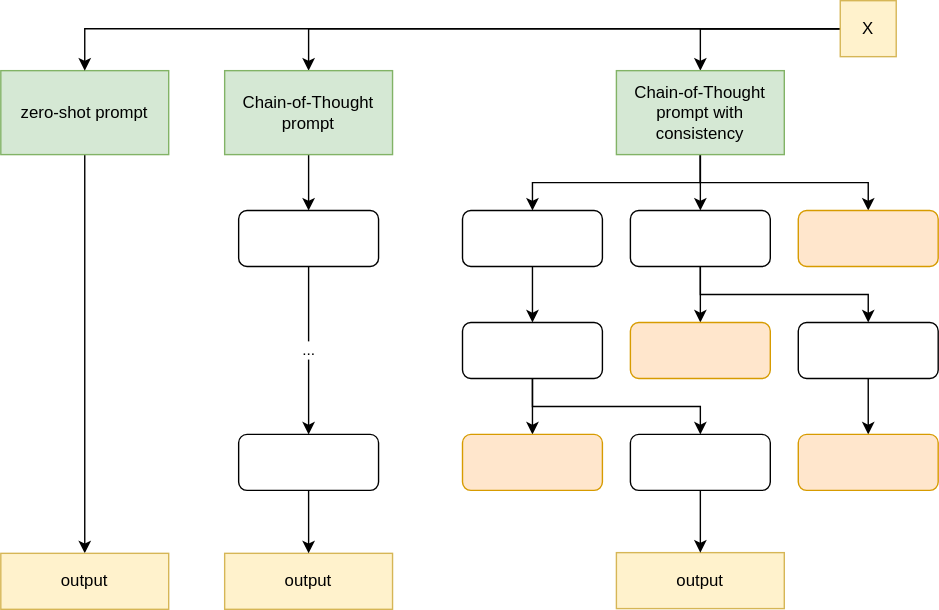
Before: graphics/tree_of_thought.svg, a diagram exported from draw.io (DanielDango/LiSSA-RATLR). Source tidied: cells renumbered, new cells last; positions are measured from the earlier drawing's top-left corner, leaving out a move shared by most shapes. Source of this version:
```xml
<mxGraphModel>
  <root>
    <mxCell id="0" />
    <mxCell id="1" parent="0" />
    <mxCell id="2" style="edgeStyle=orthogonalEdgeStyle;rounded=0;jettySize=auto;html=1;exitX=0.5;exitY=1;exitDx=0;exitDy=0;entryX=0.5;entryY=0;entryDx=0;entryDy=0;" parent="1" edge="1" source="3" target="14">
      <mxGeometry relative="1" as="geometry" />
    </mxCell>
    <mxCell id="3" value="zero-shot prompt" style="rounded=0;whiteSpace=wrap;html=1;fillColor=#d5e8d4;strokeColor=#82b366;" parent="1" vertex="1">
      <mxGeometry y="50" width="120" height="60" as="geometry" />
    </mxCell>
    <mxCell id="4" style="edgeStyle=orthogonalEdgeStyle;rounded=0;jettySize=auto;html=1;entryX=0.5;entryY=0;entryDx=0;entryDy=0;" parent="1" edge="1" source="7" target="3">
      <mxGeometry relative="1" as="geometry" />
    </mxCell>
    <mxCell id="5" style="edgeStyle=orthogonalEdgeStyle;rounded=0;jettySize=auto;html=1;" parent="1" edge="1" source="7" target="9">
      <mxGeometry relative="1" as="geometry" />
    </mxCell>
    <mxCell id="6" style="edgeStyle=orthogonalEdgeStyle;rounded=0;jettySize=auto;html=1;" parent="1" edge="1" source="7" target="13">
      <mxGeometry relative="1" as="geometry" />
    </mxCell>
    <mxCell id="7" value="X" style="rounded=0;whiteSpace=wrap;html=1;fillColor=#fff2cc;strokeColor=#d6b656;" parent="1" vertex="1">
      <mxGeometry x="600" width="40" height="40" as="geometry" />
    </mxCell>
    <mxCell id="8" style="edgeStyle=orthogonalEdgeStyle;rounded=0;jettySize=auto;html=1;" parent="1" edge="1" source="9" target="17">
      <mxGeometry relative="1" as="geometry" />
    </mxCell>
    <mxCell id="9" value="Chain-of-Thought prompt" style="rounded=0;whiteSpace=wrap;html=1;fillColor=#d5e8d4;strokeColor=#82b366;" parent="1" vertex="1">
      <mxGeometry x="160" y="50" width="120" height="60" as="geometry" />
    </mxCell>
    <mxCell id="10" style="edgeStyle=orthogonalEdgeStyle;rounded=0;jettySize=auto;html=1;" parent="1" edge="1" source="13" target="28">
      <mxGeometry relative="1" as="geometry" />
    </mxCell>
    <mxCell id="11" style="edgeStyle=orthogonalEdgeStyle;rounded=0;jettySize=auto;html=1;exitX=0.5;exitY=1;exitDx=0;exitDy=0;entryX=0.5;entryY=0;entryDx=0;entryDy=0;" parent="1" edge="1" source="13" target="22">
      <mxGeometry relative="1" as="geometry" />
    </mxCell>
    <mxCell id="12" style="edgeStyle=orthogonalEdgeStyle;rounded=0;jettySize=auto;html=1;exitX=0.5;exitY=1;exitDx=0;exitDy=0;entryX=0.5;entryY=0;entryDx=0;entryDy=0;" parent="1" edge="1" source="13" target="30">
      <mxGeometry relative="1" as="geometry" />
    </mxCell>
    <mxCell id="13" value="Chain-of-Thought prompt with consistency" style="rounded=0;whiteSpace=wrap;html=1;fillColor=#d5e8d4;strokeColor=#82b366;" parent="1" vertex="1">
      <mxGeometry x="440" y="50" width="120" height="60" as="geometry" />
    </mxCell>
    <mxCell id="14" value="output" style="rounded=0;whiteSpace=wrap;html=1;fillColor=#fff2cc;strokeColor=#d6b656;" parent="1" vertex="1">
      <mxGeometry y="395" width="120" height="40" as="geometry" />
    </mxCell>
    <mxCell id="15" value="output" style="rounded=0;whiteSpace=wrap;html=1;fillColor=#fff2cc;strokeColor=#d6b656;" parent="1" vertex="1">
      <mxGeometry x="160" y="395" width="120" height="40" as="geometry" />
    </mxCell>
    <mxCell id="16" value="..." style="edgeStyle=orthogonalEdgeStyle;rounded=0;jettySize=auto;html=1;" parent="1" edge="1" source="17" target="19">
      <mxGeometry relative="1" as="geometry" />
    </mxCell>
    <mxCell id="17" style="rounded=1;whiteSpace=wrap;html=1;" parent="1" vertex="1">
      <mxGeometry x="170" y="150" width="100" height="40" as="geometry" />
    </mxCell>
    <mxCell id="18" style="edgeStyle=orthogonalEdgeStyle;rounded=0;jettySize=auto;html=1;" parent="1" edge="1" source="19" target="15">
      <mxGeometry relative="1" as="geometry" />
    </mxCell>
    <mxCell id="19" style="rounded=1;whiteSpace=wrap;html=1;" parent="1" vertex="1">
      <mxGeometry x="170" y="310" width="100" height="40" as="geometry" />
    </mxCell>
    <mxCell id="20" value="output" style="rounded=0;whiteSpace=wrap;html=1;fillColor=#fff2cc;strokeColor=#d6b656;" parent="1" vertex="1">
      <mxGeometry x="440" y="394.5" width="120" height="40" as="geometry" />
    </mxCell>
    <mxCell id="21" style="edgeStyle=orthogonalEdgeStyle;rounded=0;jettySize=auto;html=1;" parent="1" edge="1" source="22" target="25">
      <mxGeometry relative="1" as="geometry" />
    </mxCell>
    <mxCell id="22" style="rounded=1;whiteSpace=wrap;html=1;" parent="1" vertex="1">
      <mxGeometry x="330" y="150" width="100" height="40" as="geometry" />
    </mxCell>
    <mxCell id="23" style="edgeStyle=orthogonalEdgeStyle;rounded=0;jettySize=auto;html=1;" parent="1" edge="1" source="25" target="33">
      <mxGeometry relative="1" as="geometry" />
    </mxCell>
    <mxCell id="24" style="edgeStyle=orthogonalEdgeStyle;rounded=0;jettySize=auto;html=1;exitX=0.5;exitY=1;exitDx=0;exitDy=0;entryX=0.5;entryY=0;entryDx=0;entryDy=0;" parent="1" edge="1" source="25" target="35">
      <mxGeometry relative="1" as="geometry" />
    </mxCell>
    <mxCell id="25" style="rounded=1;whiteSpace=wrap;html=1;" parent="1" vertex="1">
      <mxGeometry x="330" y="230" width="100" height="40" as="geometry" />
    </mxCell>
    <mxCell id="26" style="edgeStyle=orthogonalEdgeStyle;rounded=0;jettySize=auto;html=1;" parent="1" edge="1" source="28" target="29">
      <mxGeometry relative="1" as="geometry" />
    </mxCell>
    <mxCell id="27" style="edgeStyle=orthogonalEdgeStyle;rounded=0;jettySize=auto;html=1;exitX=0.5;exitY=1;exitDx=0;exitDy=0;entryX=0.5;entryY=0;entryDx=0;entryDy=0;" parent="1" edge="1" source="28" target="32">
      <mxGeometry relative="1" as="geometry" />
    </mxCell>
    <mxCell id="28" style="rounded=1;whiteSpace=wrap;html=1;" parent="1" vertex="1">
      <mxGeometry x="450" y="150" width="100" height="40" as="geometry" />
    </mxCell>
    <mxCell id="29" style="rounded=1;whiteSpace=wrap;html=1;fillColor=#ffe6cc;strokeColor=#d79b00;" parent="1" vertex="1">
      <mxGeometry x="450" y="230" width="100" height="40" as="geometry" />
    </mxCell>
    <mxCell id="30" style="rounded=1;whiteSpace=wrap;html=1;fillColor=#ffe6cc;strokeColor=#d79b00;" parent="1" vertex="1">
      <mxGeometry x="570" y="150" width="100" height="40" as="geometry" />
    </mxCell>
    <mxCell id="31" style="edgeStyle=orthogonalEdgeStyle;rounded=0;jettySize=auto;html=1;" parent="1" edge="1" source="32" target="36">
      <mxGeometry relative="1" as="geometry" />
    </mxCell>
    <mxCell id="32" style="rounded=1;whiteSpace=wrap;html=1;" parent="1" vertex="1">
      <mxGeometry x="570" y="230" width="100" height="40" as="geometry" />
    </mxCell>
    <mxCell id="33" style="rounded=1;whiteSpace=wrap;html=1;fillColor=#ffe6cc;strokeColor=#d79b00;" parent="1" vertex="1">
      <mxGeometry x="330" y="310" width="100" height="40" as="geometry" />
    </mxCell>
    <mxCell id="34" style="edgeStyle=orthogonalEdgeStyle;rounded=0;jettySize=auto;html=1;" parent="1" edge="1" source="35" target="20">
      <mxGeometry relative="1" as="geometry" />
    </mxCell>
    <mxCell id="35" style="rounded=1;whiteSpace=wrap;html=1;" parent="1" vertex="1">
      <mxGeometry x="450" y="310" width="100" height="40" as="geometry" />
    </mxCell>
    <mxCell id="36" style="rounded=1;whiteSpace=wrap;html=1;fillColor=#ffe6cc;strokeColor=#d79b00;" parent="1" vertex="1">
      <mxGeometry x="570" y="310" width="100" height="40" as="geometry" />
    </mxCell>
  </root>
</mxGraphModel>
```
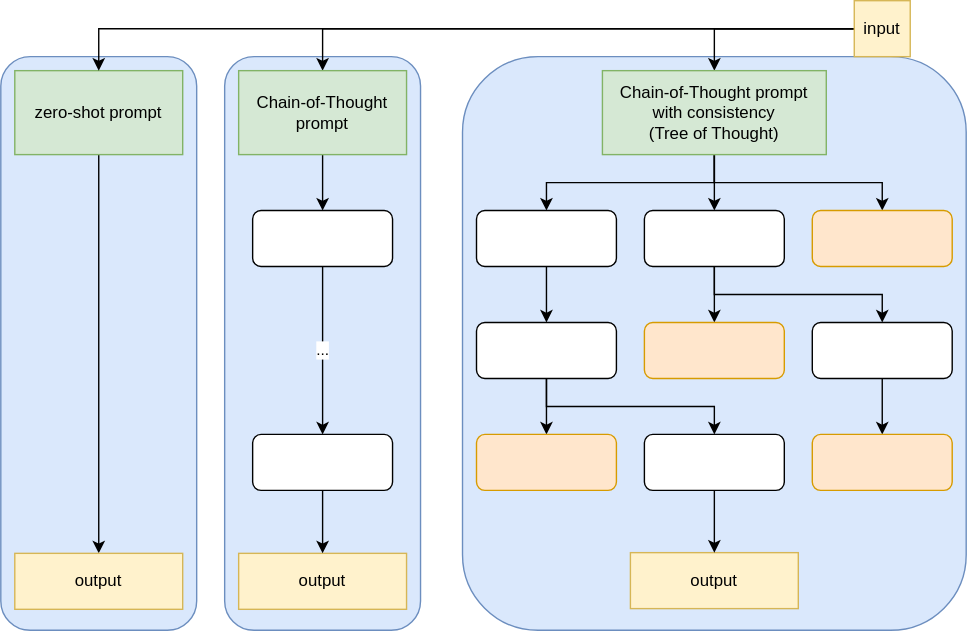
After the change.

The edit, as a diff of the source:
```diff
@@ -2,6 +2,15 @@
   <root>
     <mxCell id="0" />
     <mxCell id="1" parent="0" />
+    <mxCell id="37" style="rounded=1;whiteSpace=wrap;html=1;fillColor=#dae8fc;strokeColor=#6c8ebf;" parent="1" vertex="1">
+      <mxGeometry x="320" y="40" width="360" height="410" as="geometry" />
+    </mxCell>
+    <mxCell id="38" style="rounded=1;whiteSpace=wrap;html=1;fillColor=#dae8fc;strokeColor=#6c8ebf;" parent="1" vertex="1">
+      <mxGeometry x="150" y="40" width="140" height="410" as="geometry" />
+    </mxCell>
+    <mxCell id="39" style="rounded=1;whiteSpace=wrap;html=1;fillColor=#dae8fc;strokeColor=#6c8ebf;" parent="1" vertex="1">
+      <mxGeometry x="-10" y="40" width="140" height="410" as="geometry" />
+    </mxCell>
     <mxCell id="2" style="edgeStyle=orthogonalEdgeStyle;rounded=0;jettySize=auto;html=1;exitX=0.5;exitY=1;exitDx=0;exitDy=0;entryX=0.5;entryY=0;entryDx=0;entryDy=0;" parent="1" edge="1" source="3" target="14">
       <mxGeometry relative="1" as="geometry" />
     </mxCell>
@@ -17,7 +26,7 @@
     <mxCell id="6" style="edgeStyle=orthogonalEdgeStyle;rounded=0;jettySize=auto;html=1;" parent="1" edge="1" source="7" target="13">
       <mxGeometry relative="1" as="geometry" />
     </mxCell>
-    <mxCell id="7" value="X" style="rounded=0;whiteSpace=wrap;html=1;fillColor=#fff2cc;strokeColor=#d6b656;" parent="1" vertex="1">
+    <mxCell id="7" value="input" style="rounded=0;whiteSpace=wrap;html=1;fillColor=#fff2cc;strokeColor=#d6b656;" parent="1" vertex="1">
       <mxGeometry x="600" width="40" height="40" as="geometry" />
     </mxCell>
     <mxCell id="8" style="edgeStyle=orthogonalEdgeStyle;rounded=0;jettySize=auto;html=1;" parent="1" edge="1" source="9" target="17">
@@ -35,8 +44,8 @@
     <mxCell id="12" style="edgeStyle=orthogonalEdgeStyle;rounded=0;jettySize=auto;html=1;exitX=0.5;exitY=1;exitDx=0;exitDy=0;entryX=0.5;entryY=0;entryDx=0;entryDy=0;" parent="1" edge="1" source="13" target="30">
       <mxGeometry relative="1" as="geometry" />
     </mxCell>
-    <mxCell id="13" value="Chain-of-Thought prompt with consistency" style="rounded=0;whiteSpace=wrap;html=1;fillColor=#d5e8d4;strokeColor=#82b366;" parent="1" vertex="1">
-      <mxGeometry x="440" y="50" width="120" height="60" as="geometry" />
+    <mxCell id="13" value="Chain-of-Thought prompt with consistency&lt;div&gt;(Tree of Thought)&lt;/div&gt;" style="rounded=0;whiteSpace=wrap;html=1;fillColor=#d5e8d4;strokeColor=#82b366;" parent="1" vertex="1">
+      <mxGeometry x="420" y="50" width="160" height="60" as="geometry" />
     </mxCell>
     <mxCell id="14" value="output" style="rounded=0;whiteSpace=wrap;html=1;fillColor=#fff2cc;strokeColor=#d6b656;" parent="1" vertex="1">
       <mxGeometry y="395" width="120" height="40" as="geometry" />
```
